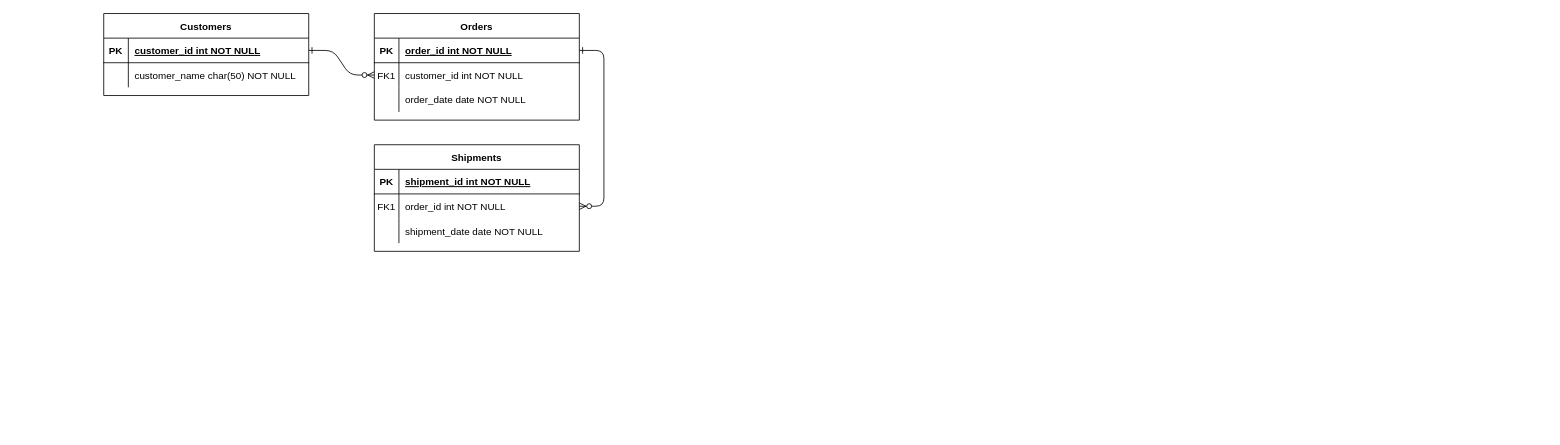
Above: ICS120.drawio in hazelisles/hazelisles (draw.io), before the change. Source tidied: cells renumbered, new cells numbered last; positions are measured from the earlier drawing's top-left corner, leaving out a move shared by most shapes. Both pictures are drawn from the tidied source at 82%, with x=0, y=0 at pixel (103, 13).
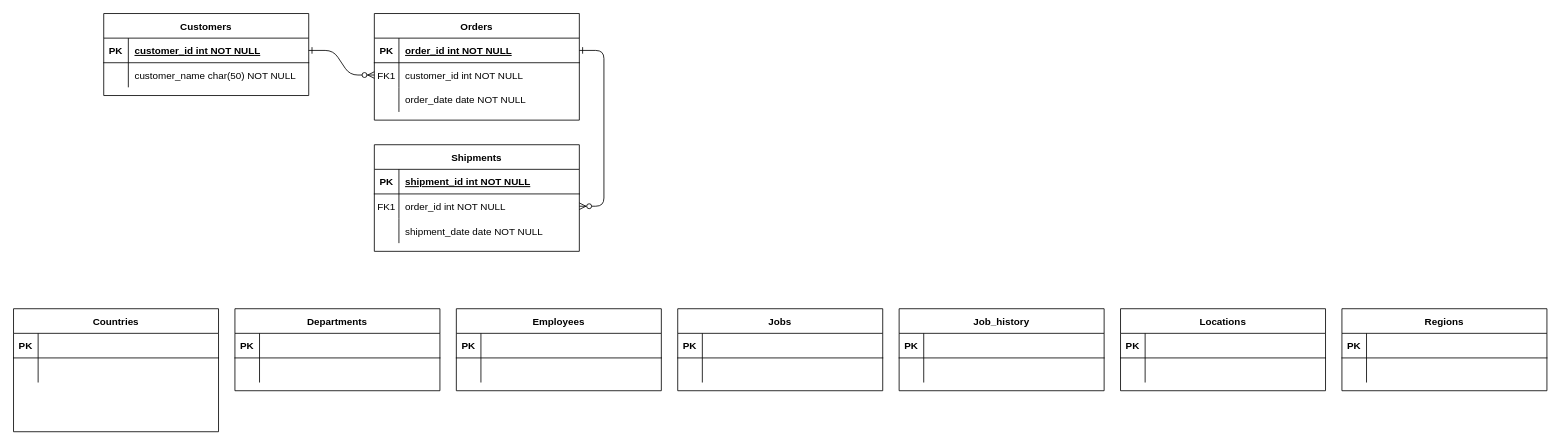
The same page after the edit.

The edit, as a diff of the source:
```diff
@@
+    <mxCell id="31" value="Countries" style="shape=table;startSize=30;childLayout=tableLayout;rowLines=0;fontStyle=1;align=center;" parent="1" vertex="1">
+      <mxGeometry x="-110" y="360" width="250" height="150" as="geometry" />
+    </mxCell>
+    <mxCell id="32" style="shape=partialRectangle;fillColor=none;top=0;left=0;right=0;bottom=1;" parent="31" vertex="1">
+      <mxGeometry y="30" width="250" height="30" as="geometry" />
+    </mxCell>
+    <mxCell id="33" value="PK" style="shape=partialRectangle;overflow=hidden;fillColor=none;top=0;left=0;bottom=0;right=0;fontStyle=1;" parent="32" vertex="1">
+      <mxGeometry width="30" height="30" as="geometry" />
+    </mxCell>
+    <mxCell id="34" style="shape=partialRectangle;overflow=hidden;fillColor=none;top=0;left=0;bottom=0;right=0;align=left;spacingLeft=6;fontStyle=5;" parent="32" vertex="1">
+      <mxGeometry x="30" width="220" height="30" as="geometry" />
+    </mxCell>
+    <mxCell id="35" style="shape=partialRectangle;fillColor=none;top=0;left=0;right=0;bottom=0;" parent="31" vertex="1">
+      <mxGeometry y="60" width="250" height="30" as="geometry" />
+    </mxCell>
+    <mxCell id="36" style="shape=partialRectangle;overflow=hidden;fillColor=none;top=0;left=0;bottom=0;right=0;" parent="35" vertex="1">
+      <mxGeometry width="30" height="30" as="geometry" />
+    </mxCell>
+    <mxCell id="37" style="shape=partialRectangle;overflow=hidden;fillColor=none;top=0;left=0;bottom=0;right=0;align=left;spacingLeft=6;" parent="35" vertex="1">
+      <mxGeometry x="30" width="220" height="30" as="geometry" />
+    </mxCell>
+    <mxCell id="38" value="Departments" style="shape=table;startSize=30;childLayout=tableLayout;rowLines=0;fontStyle=1;align=center;" parent="1" vertex="1">
+      <mxGeometry x="160" y="360" width="250" height="100" as="geometry" />
+    </mxCell>
+    <mxCell id="39" style="shape=partialRectangle;fillColor=none;top=0;left=0;right=0;bottom=1;" parent="38" vertex="1">
+      <mxGeometry y="30" width="250" height="30" as="geometry" />
+    </mxCell>
+    <mxCell id="40" value="PK" style="shape=partialRectangle;overflow=hidden;fillColor=none;top=0;left=0;bottom=0;right=0;fontStyle=1;" parent="39" vertex="1">
+      <mxGeometry width="30" height="30" as="geometry" />
+    </mxCell>
+    <mxCell id="41" style="shape=partialRectangle;overflow=hidden;fillColor=none;top=0;left=0;bottom=0;right=0;align=left;spacingLeft=6;fontStyle=5;" parent="39" vertex="1">
+      <mxGeometry x="30" width="220" height="30" as="geometry" />
+    </mxCell>
+    <mxCell id="42" style="shape=partialRectangle;fillColor=none;top=0;left=0;right=0;bottom=0;" parent="38" vertex="1">
+      <mxGeometry y="60" width="250" height="30" as="geometry" />
+    </mxCell>
+    <mxCell id="43" style="shape=partialRectangle;overflow=hidden;fillColor=none;top=0;left=0;bottom=0;right=0;" parent="42" vertex="1">
+      <mxGeometry width="30" height="30" as="geometry" />
+    </mxCell>
+    <mxCell id="44" style="shape=partialRectangle;overflow=hidden;fillColor=none;top=0;left=0;bottom=0;right=0;align=left;spacingLeft=6;" parent="42" vertex="1">
+      <mxGeometry x="30" width="220" height="30" as="geometry" />
+    </mxCell>
+    <mxCell id="45" value="Employees" style="shape=table;startSize=30;childLayout=tableLayout;rowLines=0;fontStyle=1;align=center;" parent="1" vertex="1">
+      <mxGeometry x="430" y="360" width="250" height="100" as="geometry" />
+    </mxCell>
+    <mxCell id="46" style="shape=partialRectangle;fillColor=none;top=0;left=0;right=0;bottom=1;" parent="45" vertex="1">
+      <mxGeometry y="30" width="250" height="30" as="geometry" />
+    </mxCell>
+    <mxCell id="47" value="PK" style="shape=partialRectangle;overflow=hidden;fillColor=none;top=0;left=0;bottom=0;right=0;fontStyle=1;" parent="46" vertex="1">
+      <mxGeometry width="30" height="30" as="geometry" />
+    </mxCell>
+    <mxCell id="48" style="shape=partialRectangle;overflow=hidden;fillColor=none;top=0;left=0;bottom=0;right=0;align=left;spacingLeft=6;fontStyle=5;" parent="46" vertex="1">
+      <mxGeometry x="30" width="220" height="30" as="geometry" />
+    </mxCell>
+    <mxCell id="49" style="shape=partialRectangle;fillColor=none;top=0;left=0;right=0;bottom=0;" parent="45" vertex="1">
+      <mxGeometry y="60" width="250" height="30" as="geometry" />
+    </mxCell>
+    <mxCell id="50" style="shape=partialRectangle;overflow=hidden;fillColor=none;top=0;left=0;bottom=0;right=0;" parent="49" vertex="1">
+      <mxGeometry width="30" height="30" as="geometry" />
+    </mxCell>
+    <mxCell id="51" style="shape=partialRectangle;overflow=hidden;fillColor=none;top=0;left=0;bottom=0;right=0;align=left;spacingLeft=6;" parent="49" vertex="1">
+      <mxGeometry x="30" width="220" height="30" as="geometry" />
+    </mxCell>
+    <mxCell id="52" value="Jobs" style="shape=table;startSize=30;childLayout=tableLayout;rowLines=0;fontStyle=1;align=center;" parent="1" vertex="1">
+      <mxGeometry x="700" y="360" width="250" height="100" as="geometry" />
+    </mxCell>
+    <mxCell id="53" style="shape=partialRectangle;fillColor=none;top=0;left=0;right=0;bottom=1;" parent="52" vertex="1">
+      <mxGeometry y="30" width="250" height="30" as="geometry" />
+    </mxCell>
+    <mxCell id="54" value="PK" style="shape=partialRectangle;overflow=hidden;fillColor=none;top=0;left=0;bottom=0;right=0;fontStyle=1;" parent="53" vertex="1">
+      <mxGeometry width="30" height="30" as="geometry" />
+    </mxCell>
+    <mxCell id="55" style="shape=partialRectangle;overflow=hidden;fillColor=none;top=0;left=0;bottom=0;right=0;align=left;spacingLeft=6;fontStyle=5;" parent="53" vertex="1">
+      <mxGeometry x="30" width="220" height="30" as="geometry" />
+    </mxCell>
+    <mxCell id="56" style="shape=partialRectangle;fillColor=none;top=0;left=0;right=0;bottom=0;" parent="52" vertex="1">
+      <mxGeometry y="60" width="250" height="30" as="geometry" />
+    </mxCell>
+    <mxCell id="57" style="shape=partialRectangle;overflow=hidden;fillColor=none;top=0;left=0;bottom=0;right=0;" parent="56" vertex="1">
+      <mxGeometry width="30" height="30" as="geometry" />
+    </mxCell>
+    <mxCell id="58" style="shape=partialRectangle;overflow=hidden;fillColor=none;top=0;left=0;bottom=0;right=0;align=left;spacingLeft=6;" parent="56" vertex="1">
+      <mxGeometry x="30" width="220" height="30" as="geometry" />
+    </mxCell>
+    <mxCell id="59" value="Job_history" style="shape=table;startSize=30;childLayout=tableLayout;rowLines=0;fontStyle=1;align=center;" parent="1" vertex="1">
+      <mxGeometry x="970" y="360" width="250" height="100" as="geometry" />
+    </mxCell>
+    <mxCell id="60" style="shape=partialRectangle;fillColor=none;top=0;left=0;right=0;bottom=1;" parent="59" vertex="1">
+      <mxGeometry y="30" width="250" height="30" as="geometry" />
+    </mxCell>
+    <mxCell id="61" value="PK" style="shape=partialRectangle;overflow=hidden;fillColor=none;top=0;left=0;bottom=0;right=0;fontStyle=1;" parent="60" vertex="1">
+      <mxGeometry width="30" height="30" as="geometry" />
+    </mxCell>
+    <mxCell id="62" style="shape=partialRectangle;overflow=hidden;fillColor=none;top=0;left=0;bottom=0;right=0;align=left;spacingLeft=6;fontStyle=5;" parent="60" vertex="1">
+      <mxGeometry x="30" width="220" height="30" as="geometry" />
+    </mxCell>
+    <mxCell id="63" style="shape=partialRectangle;fillColor=none;top=0;left=0;right=0;bottom=0;" parent="59" vertex="1">
+      <mxGeometry y="60" width="250" height="30" as="geometry" />
+    </mxCell>
+    <mxCell id="64" style="shape=partialRectangle;overflow=hidden;fillColor=none;top=0;left=0;bottom=0;right=0;" parent="63" vertex="1">
+      <mxGeometry width="30" height="30" as="geometry" />
+    </mxCell>
+    <mxCell id="65" style="shape=partialRectangle;overflow=hidden;fillColor=none;top=0;left=0;bottom=0;right=0;align=left;spacingLeft=6;" parent="63" vertex="1">
+      <mxGeometry x="30" width="220" height="30" as="geometry" />
+    </mxCell>
+    <mxCell id="66" value="Locations" style="shape=table;startSize=30;childLayout=tableLayout;rowLines=0;fontStyle=1;align=center;" parent="1" vertex="1">
+      <mxGeometry x="1240" y="360" width="250" height="100" as="geometry" />
+    </mxCell>
+    <mxCell id="67" style="shape=partialRectangle;fillColor=none;top=0;left=0;right=0;bottom=1;" parent="66" vertex="1">
+      <mxGeometry y="30" width="250" height="30" as="geometry" />
+    </mxCell>
+    <mxCell id="68" value="PK" style="shape=partialRectangle;overflow=hidden;fillColor=none;top=0;left=0;bottom=0;right=0;fontStyle=1;" parent="67" vertex="1">
+      <mxGeometry width="30" height="30" as="geometry" />
+    </mxCell>
+    <mxCell id="69" style="shape=partialRectangle;overflow=hidden;fillColor=none;top=0;left=0;bottom=0;right=0;align=left;spacingLeft=6;fontStyle=5;" parent="67" vertex="1">
+      <mxGeometry x="30" width="220" height="30" as="geometry" />
+    </mxCell>
+    <mxCell id="70" style="shape=partialRectangle;fillColor=none;top=0;left=0;right=0;bottom=0;" parent="66" vertex="1">
+      <mxGeometry y="60" width="250" height="30" as="geometry" />
+    </mxCell>
+    <mxCell id="71" style="shape=partialRectangle;overflow=hidden;fillColor=none;top=0;left=0;bottom=0;right=0;" parent="70" vertex="1">
+      <mxGeometry width="30" height="30" as="geometry" />
+    </mxCell>
+    <mxCell id="72" style="shape=partialRectangle;overflow=hidden;fillColor=none;top=0;left=0;bottom=0;right=0;align=left;spacingLeft=6;" parent="70" vertex="1">
+      <mxGeometry x="30" width="220" height="30" as="geometry" />
+    </mxCell>
+    <mxCell id="73" value="Regions" style="shape=table;startSize=30;childLayout=tableLayout;rowLines=0;fontStyle=1;align=center;" parent="1" vertex="1">
+      <mxGeometry x="1510" y="360" width="250" height="100" as="geometry" />
+    </mxCell>
+    <mxCell id="74" style="shape=partialRectangle;fillColor=none;top=0;left=0;right=0;bottom=1;" parent="73" vertex="1">
+      <mxGeometry y="30" width="250" height="30" as="geometry" />
+    </mxCell>
+    <mxCell id="75" value="PK" style="shape=partialRectangle;overflow=hidden;fillColor=none;top=0;left=0;bottom=0;right=0;fontStyle=1;" parent="74" vertex="1">
+      <mxGeometry width="30" height="30" as="geometry" />
+    </mxCell>
+    <mxCell id="76" style="shape=partialRectangle;overflow=hidden;fillColor=none;top=0;left=0;bottom=0;right=0;align=left;spacingLeft=6;fontStyle=5;" parent="74" vertex="1">
+      <mxGeometry x="30" width="220" height="30" as="geometry" />
+    </mxCell>
+    <mxCell id="77" style="shape=partialRectangle;fillColor=none;top=0;left=0;right=0;bottom=0;" parent="73" vertex="1">
+      <mxGeometry y="60" width="250" height="30" as="geometry" />
+    </mxCell>
+    <mxCell id="78" style="shape=partialRectangle;overflow=hidden;fillColor=none;top=0;left=0;bottom=0;right=0;" parent="77" vertex="1">
+      <mxGeometry width="30" height="30" as="geometry" />
+    </mxCell>
+    <mxCell id="79" style="shape=partialRectangle;overflow=hidden;fillColor=none;top=0;left=0;bottom=0;right=0;align=left;spacingLeft=6;" parent="77" vertex="1">
+      <mxGeometry x="30" width="220" height="30" as="geometry" />
+    </mxCell>
+    <mxCell id="80" style="shape=partialRectangle;fillColor=none;top=0;left=0;right=0;bottom=0;" parent="1" vertex="1">
+      <mxGeometry x="-110" y="450" width="250" height="30" as="geometry" />
+    </mxCell>
+    <mxCell id="81" style="shape=partialRectangle;overflow=hidden;fillColor=none;top=0;left=0;bottom=0;right=0;" parent="80" vertex="1">
+      <mxGeometry width="30" height="30" as="geometry" />
+    </mxCell>
+    <mxCell id="82" style="shape=partialRectangle;overflow=hidden;fillColor=none;top=0;left=0;bottom=0;right=0;align=left;spacingLeft=6;" parent="1" vertex="1">
+      <mxGeometry x="-80" y="450" width="220" height="30" as="geometry" />
+    </mxCell>
```
